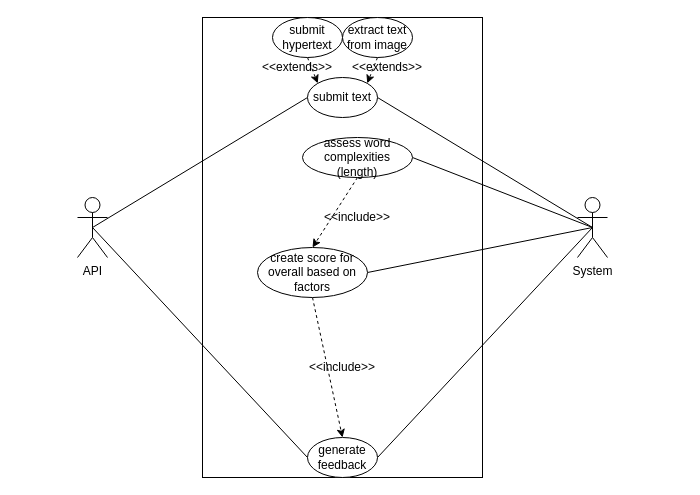
The draw.io diagram LukeUseCase.drawio in nightmarlin/socia11y, before the edit. Source tidied: cells renumbered, new cells numbered last; positions are measured from the earlier drawing's top-left corner, leaving out a move shared by most shapes. Both pictures are drawn from the tidied source at 100%, with x=0, y=0 at pixel (77, 17).
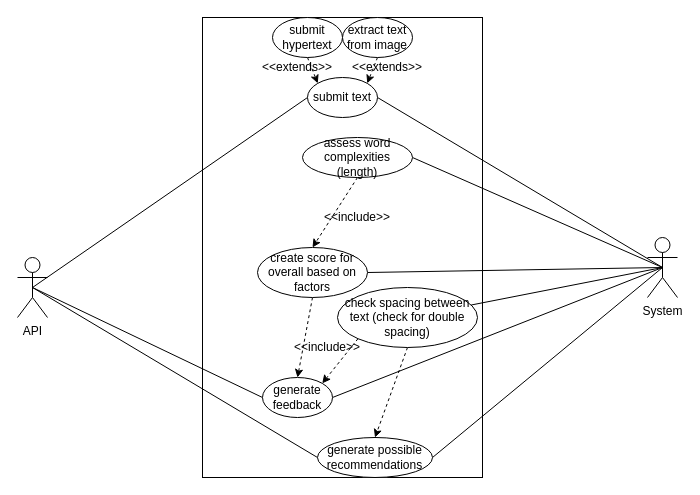
After the change.

Commit message:
added checking for spacing

Change to the diagram source:
```diff
@@
+    <mxCell id="25" style="edgeStyle=none;rounded=0;jettySize=auto;html=1;exitX=0.5;exitY=0.5;exitDx=0;exitDy=0;exitPerimeter=0;entryX=0;entryY=0.5;entryDx=0;entryDy=0;endArrow=none;endFill=0;" parent="1" edge="1" source="5" target="28">
+      <mxGeometry relative="1" as="geometry" />
+    </mxCell>
     <mxCell id="5" value="API" style="shape=umlActor;verticalLabelPosition=bottom;verticalAlign=top;html=1;outlineConnect=0;" parent="1" vertex="1">
-      <mxGeometry y="180" width="30" height="60" as="geometry" />
+      <mxGeometry x="-60" y="240" width="30" height="60" as="geometry" />
     </mxCell>
@@
+    <mxCell id="26" style="edgeStyle=none;rounded=0;jettySize=auto;html=1;exitX=0.5;exitY=0.5;exitDx=0;exitDy=0;exitPerimeter=0;entryX=1;entryY=0.5;entryDx=0;entryDy=0;endArrow=none;endFill=0;" parent="1" edge="1" source="10" target="28">
+      <mxGeometry relative="1" as="geometry" />
+    </mxCell>
+    <mxCell id="27" style="edgeStyle=none;rounded=0;jettySize=auto;html=1;exitX=0.5;exitY=0.5;exitDx=0;exitDy=0;exitPerimeter=0;endArrow=none;endFill=0;" parent="1" edge="1" source="10" target="31">
+      <mxGeometry relative="1" as="geometry" />
+    </mxCell>
     <mxCell id="10" value="System" style="shape=umlActor;verticalLabelPosition=bottom;verticalAlign=top;html=1;outlineConnect=0;" parent="1" vertex="1">
-      <mxGeometry x="500" y="180" width="30" height="60" as="geometry" />
+      <mxGeometry x="570" y="220" width="30" height="60" as="geometry" />
     </mxCell>
@@
     <mxCell id="18" value="generate feedback" style="ellipse;whiteSpace=wrap;html=1;" parent="1" vertex="1">
-      <mxGeometry x="230" y="420" width="70" height="40" as="geometry" />
+      <mxGeometry x="185" y="360" width="70" height="40" as="geometry" />
     </mxCell>
@@
     <mxCell id="23" value="&amp;lt;&amp;lt;include&amp;gt;&amp;gt;" style="text;html=1;strokeColor=none;fillColor=none;align=center;verticalAlign=middle;whiteSpace=wrap;rounded=0;" parent="1" vertex="1">
-      <mxGeometry x="245" y="340" width="40" height="20" as="geometry" />
+      <mxGeometry x="230" y="320" width="40" height="20" as="geometry" />
     </mxCell>
@@
+    <mxCell id="28" value="generate possible recommendations" style="ellipse;whiteSpace=wrap;html=1;" parent="1" vertex="1">
+      <mxGeometry x="240" y="420" width="115" height="40" as="geometry" />
+    </mxCell>
+    <mxCell id="29" style="edgeStyle=none;rounded=0;jettySize=auto;html=1;exitX=0;exitY=1;exitDx=0;exitDy=0;entryX=1;entryY=0;entryDx=0;entryDy=0;endArrow=classic;endFill=1;dashed=1;" parent="1" edge="1" source="31" target="18">
+      <mxGeometry relative="1" as="geometry" />
+    </mxCell>
+    <mxCell id="30" style="edgeStyle=none;rounded=0;jettySize=auto;html=1;exitX=0.5;exitY=1;exitDx=0;exitDy=0;entryX=0.5;entryY=0;entryDx=0;entryDy=0;dashed=1;endArrow=classic;endFill=1;" parent="1" edge="1" source="31" target="28">
+      <mxGeometry relative="1" as="geometry" />
+    </mxCell>
+    <mxCell id="31" value="check spacing between text (check for double spacing)" style="ellipse;whiteSpace=wrap;html=1;" parent="1" vertex="1">
+      <mxGeometry x="260" y="270" width="140" height="60" as="geometry" />
+    </mxCell>
+    <mxCell id="32" style="edgeStyle=none;rounded=0;orthogonalLoop=1;jettySize=auto;html=1;exitX=0.5;exitY=1;exitDx=0;exitDy=0;endArrow=none;endFill=0;" parent="1" edge="1" source="31" target="31">
+      <mxGeometry relative="1" as="geometry" />
+    </mxCell>
```
